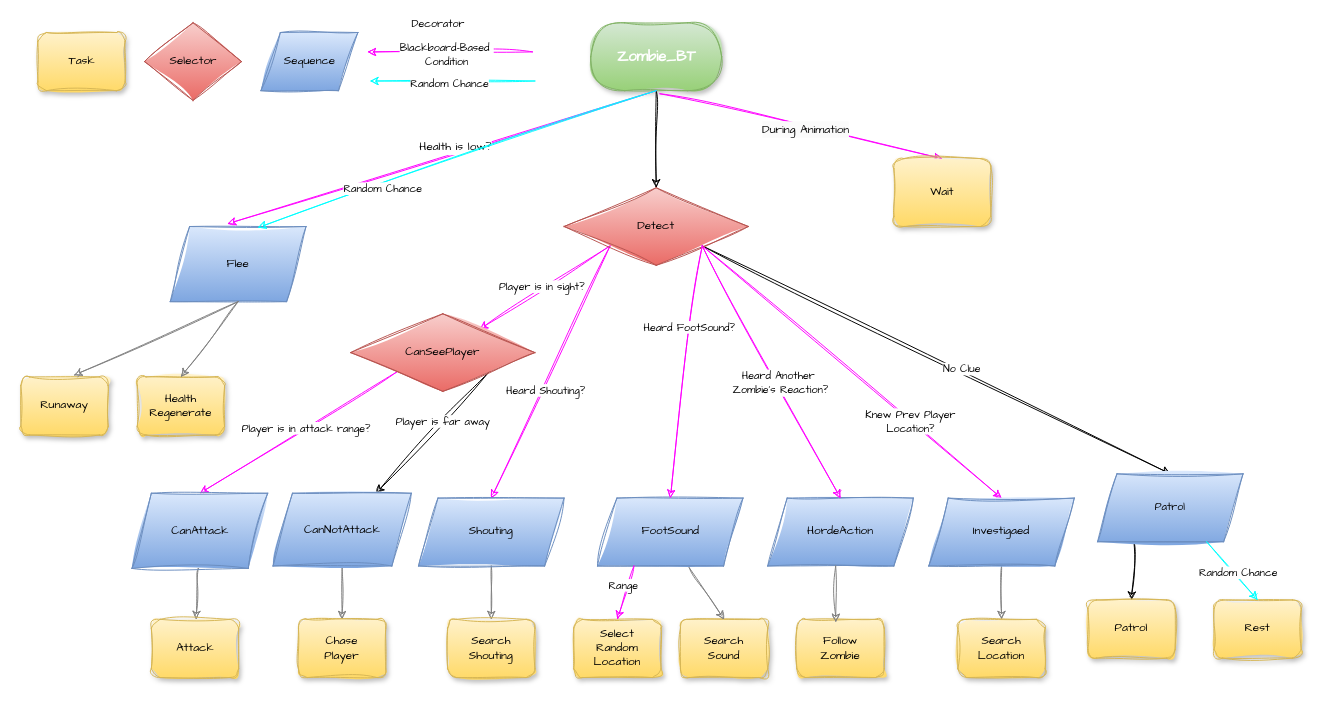
2023gamedev/project keeps this draw.io diagram as JungSeungWon/기타/Zombie_BT.drawio. Above is the earlier version. Source tidied: cells renumbered, new cells numbered last; positions are measured from the earlier drawing's top-left corner, leaving out a move shared by most shapes. Both pictures are drawn from the tidied source at 97%, with x=0, y=0 at pixel (20, 22).
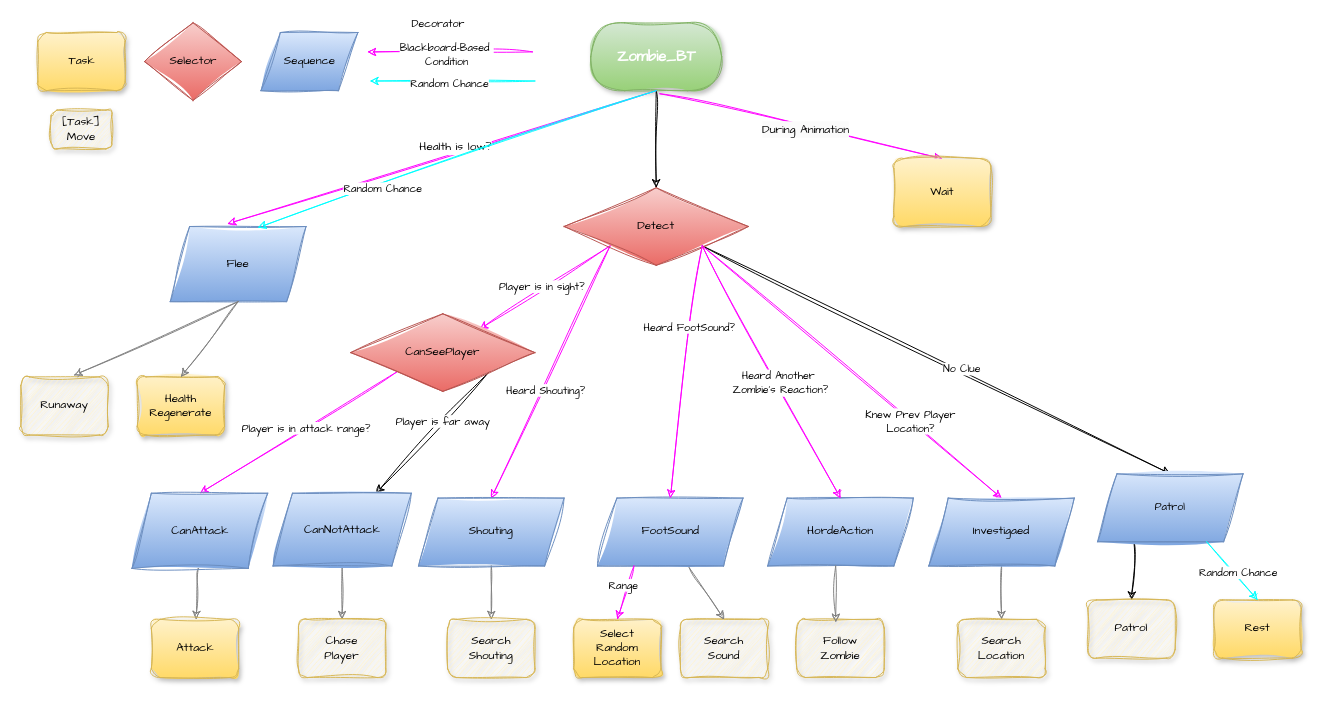
After the change.

The edit, as a diff of the source:
```diff
@@
-    <mxCell id="35" value="&lt;div&gt;Chase&lt;br&gt;Player&lt;/div&gt;" style="whiteSpace=wrap;html=1;rounded=1;shadow=1;labelBackgroundColor=none;strokeWidth=1;fontFamily=Architects Daughter;fontSize=12;align=center;sketch=1;curveFitting=1;jiggle=2;fillColor=#fff2cc;gradientColor=#ffd966;strokeColor=#d6b656;" parent="1" vertex="1">
+    <mxCell id="35" value="&lt;div&gt;Chase&lt;br&gt;Player&lt;/div&gt;" style="whiteSpace=wrap;html=1;rounded=1;shadow=1;labelBackgroundColor=none;strokeWidth=1;fontFamily=Architects Daughter;fontSize=12;align=center;sketch=1;curveFitting=1;jiggle=2;fillColor=#fff2cc;gradientColor=#ffd966;strokeColor=#d6b656;fillStyle=hachure;verticalAlign=middle;fontColor=default;" parent="1" vertex="1">
       <mxGeometry x="286.2" y="615" width="90" height="60" as="geometry" />
     </mxCell>
-    <mxCell id="36" value="&lt;div&gt;Search&lt;br&gt;Shouting&lt;/div&gt;" style="whiteSpace=wrap;html=1;rounded=1;shadow=1;labelBackgroundColor=none;strokeWidth=1;fontFamily=Architects Daughter;fontSize=12;align=center;sketch=1;curveFitting=1;jiggle=2;fillColor=#fff2cc;gradientColor=#ffd966;strokeColor=#d6b656;" parent="1" vertex="1">
+    <mxCell id="36" value="&lt;div&gt;Search&lt;br&gt;Shouting&lt;/div&gt;" style="whiteSpace=wrap;html=1;rounded=1;shadow=1;labelBackgroundColor=none;strokeWidth=1;fontFamily=Architects Daughter;fontSize=12;align=center;sketch=1;curveFitting=1;jiggle=2;fillColor=#fff2cc;gradientColor=#ffd966;strokeColor=#d6b656;fillStyle=hachure;verticalAlign=middle;fontColor=default;" parent="1" vertex="1">
       <mxGeometry x="440" y="615" width="90" height="60" as="geometry" />
     </mxCell>
-    <mxCell id="37" value="Search&lt;br&gt;Sound" style="whiteSpace=wrap;html=1;rounded=1;shadow=1;labelBackgroundColor=none;strokeWidth=1;fontFamily=Architects Daughter;fontSize=12;align=center;sketch=1;curveFitting=1;jiggle=2;fillColor=#fff2cc;gradientColor=#ffd966;strokeColor=#d6b656;" parent="1" vertex="1">
+    <mxCell id="37" value="Search&lt;br&gt;Sound" style="whiteSpace=wrap;html=1;rounded=1;shadow=1;labelBackgroundColor=none;strokeWidth=1;fontFamily=Architects Daughter;fontSize=12;align=center;sketch=1;curveFitting=1;jiggle=2;fillColor=#fff2cc;gradientColor=#ffd966;strokeColor=#d6b656;fillStyle=hachure;verticalAlign=middle;fontColor=default;" parent="1" vertex="1">
       <mxGeometry x="680" y="615" width="90" height="60" as="geometry" />
     </mxCell>
-    <mxCell id="38" value="Search&lt;br&gt;Location" style="whiteSpace=wrap;html=1;rounded=1;shadow=1;labelBackgroundColor=none;strokeWidth=1;fontFamily=Architects Daughter;fontSize=12;align=center;sketch=1;curveFitting=1;jiggle=2;fillColor=#fff2cc;gradientColor=#ffd966;strokeColor=#d6b656;" parent="1" vertex="1">
+    <mxCell id="38" value="Search&lt;br&gt;Location" style="whiteSpace=wrap;html=1;rounded=1;shadow=1;labelBackgroundColor=none;strokeWidth=1;fontFamily=Architects Daughter;fontSize=12;align=center;sketch=1;curveFitting=1;jiggle=2;fillColor=#fff2cc;gradientColor=#ffd966;strokeColor=#d6b656;fillStyle=hachure;verticalAlign=middle;fontColor=default;" parent="1" vertex="1">
       <mxGeometry x="966" y="615" width="90" height="60" as="geometry" />
     </mxCell>
-    <mxCell id="39" value="&lt;div&gt;Patrol&lt;/div&gt;" style="whiteSpace=wrap;html=1;rounded=1;shadow=1;labelBackgroundColor=none;strokeWidth=1;fontFamily=Architects Daughter;fontSize=12;align=center;sketch=1;curveFitting=1;jiggle=2;fillColor=#fff2cc;gradientColor=#ffd966;strokeColor=#d6b656;" parent="1" vertex="1">
+    <mxCell id="39" value="&lt;div&gt;Patrol&lt;/div&gt;" style="whiteSpace=wrap;html=1;rounded=1;shadow=1;labelBackgroundColor=none;strokeWidth=1;fontFamily=Architects Daughter;fontSize=12;align=center;sketch=1;curveFitting=1;jiggle=2;fillColor=#fff2cc;gradientColor=#ffd966;strokeColor=#d6b656;fillStyle=hachure;verticalAlign=middle;fontColor=default;" parent="1" vertex="1">
       <mxGeometry x="1100" y="595" width="90" height="60" as="geometry" />
     </mxCell>
@@
-    <mxCell id="51" value="&lt;div&gt;Runaway&lt;/div&gt;" style="whiteSpace=wrap;html=1;rounded=1;shadow=1;labelBackgroundColor=none;strokeWidth=1;fontFamily=Architects Daughter;fontSize=12;align=center;sketch=1;curveFitting=1;jiggle=2;fillColor=#fff2cc;gradientColor=#ffd966;strokeColor=#d6b656;" parent="1" vertex="1">
+    <mxCell id="51" value="&lt;div&gt;Runaway&lt;/div&gt;" style="whiteSpace=wrap;html=1;rounded=1;shadow=1;labelBackgroundColor=none;strokeWidth=1;fontFamily=Architects Daughter;fontSize=12;align=center;sketch=1;curveFitting=1;jiggle=2;fillColor=#fff2cc;gradientColor=#ffd966;strokeColor=#d6b656;fillStyle=hachure;verticalAlign=middle;fontColor=default;" parent="1" vertex="1">
       <mxGeometry y="365" width="90" height="60" as="geometry" />
     </mxCell>
@@
-    <mxCell id="59" value="Follow&lt;br&gt;Zombie" style="whiteSpace=wrap;html=1;rounded=1;shadow=1;labelBackgroundColor=none;strokeWidth=1;fontFamily=Architects Daughter;fontSize=12;align=center;sketch=1;curveFitting=1;jiggle=2;fillColor=#fff2cc;gradientColor=#ffd966;strokeColor=#d6b656;" parent="1" vertex="1">
+    <mxCell id="59" value="Follow&lt;br&gt;Zombie" style="whiteSpace=wrap;html=1;rounded=1;shadow=1;labelBackgroundColor=none;strokeWidth=1;fontFamily=Architects Daughter;fontSize=12;align=center;sketch=1;curveFitting=1;jiggle=2;fillColor=#fff2cc;gradientColor=#ffd966;strokeColor=#d6b656;fillStyle=hachure;verticalAlign=middle;fontColor=default;" parent="1" vertex="1">
       <mxGeometry x="800" y="615" width="90" height="60" as="geometry" />
     </mxCell>
@@
+    <mxCell id="69" value="&lt;div&gt;[Task]&lt;br&gt;Move&lt;/div&gt;" style="whiteSpace=wrap;html=1;rounded=1;shadow=1;labelBackgroundColor=none;strokeWidth=1;fontFamily=Architects Daughter;fontSize=12;align=center;sketch=1;curveFitting=1;jiggle=2;fillColor=#fff2cc;gradientColor=#ffd966;strokeColor=#d6b656;fillStyle=hachure;" parent="1" vertex="1">
+      <mxGeometry x="31.2" y="90" width="62.5" height="40" as="geometry" />
+    </mxCell>
```
